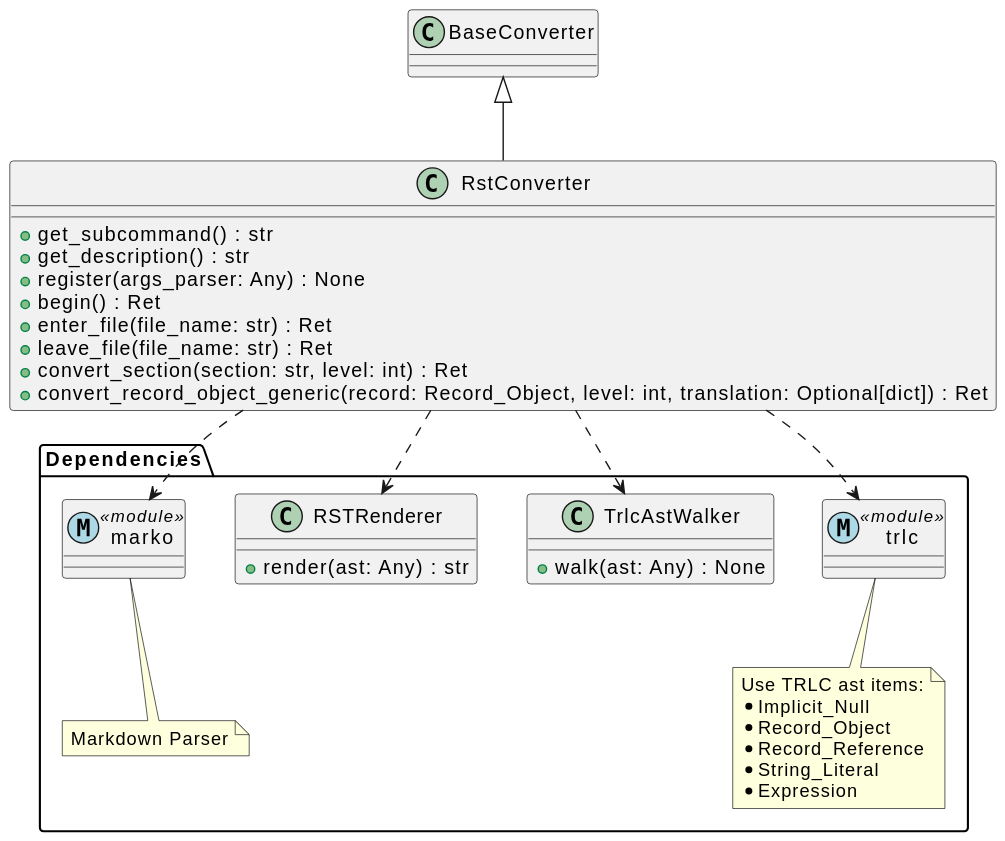
Before: unstable/comp_rst_converter.svg, a diagram exported from PlantUML (NewTec-GmbH/pyTRLCConverter).
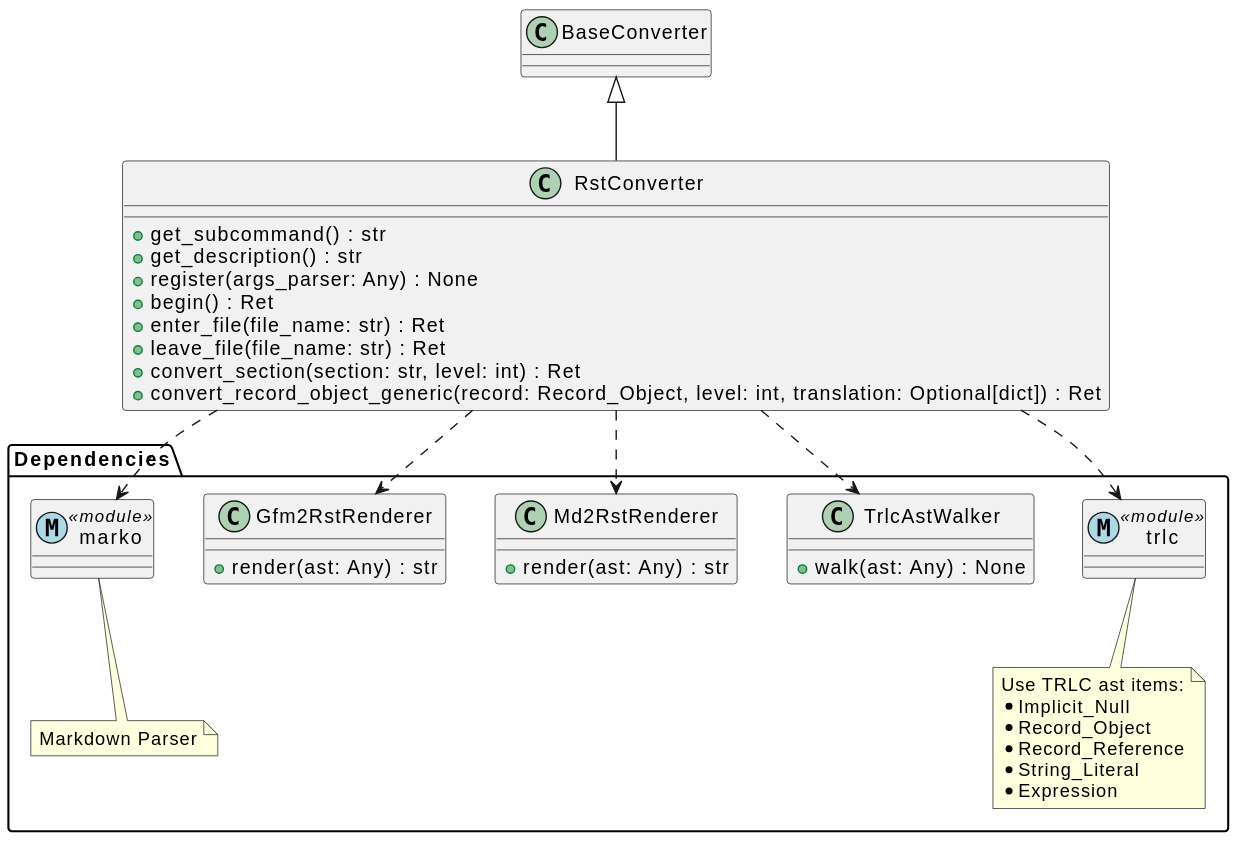
Above is the later version.

Change to the diagram source:
```diff
@@ -31,7 +31,11 @@
         + walk(ast: Any) : None
     }
 
-    class RSTRenderer {
+    class Md2RstRenderer {
+        + render(ast: Any) : str
+    }
+
+    class Gfm2RstRenderer {
         + render(ast: Any) : str
     }
 
@@ -44,6 +48,7 @@
 
 RstConverter ..> trlc
 RstConverter ..> TrlcAstWalker
-RstConverter ..> RSTRenderer
+RstConverter ..> Md2RstRenderer
+RstConverter ..> Gfm2RstRenderer
 RstConverter ..> marko
 @enduml
```
